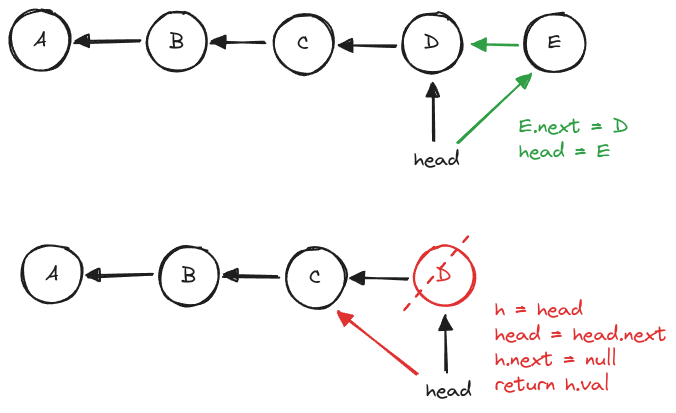
The Excalidraw diagram docs/sort/images/stack.excalidraw.png in ThomasCode92/fem-algorithms, before a commit. Source tidied: one line per element, renumbered; positions are measured from the earlier drawing's top-left corner, leaving out a move shared by most shapes.
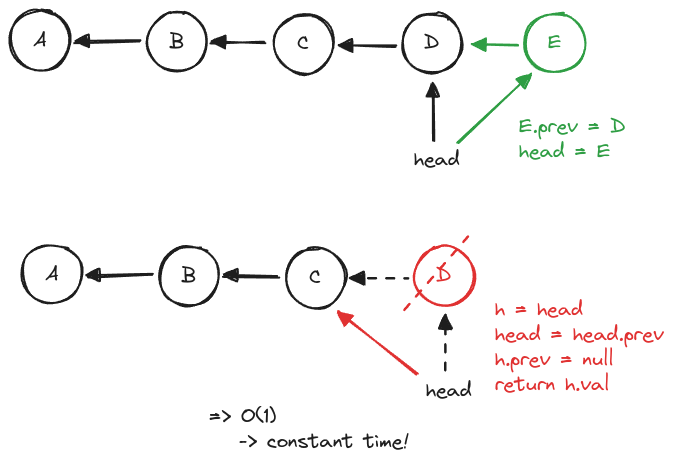
The same diagram one commit later.

Commit message:
Update Queue and Stack Schemas

Diff of the diagram source:
```diff
@@ -9,16 +9,16 @@
 {"id": 8, "type": "arrow", "strokeColor": "#1e1e1e", "strokeWidth": 2, "roughness": 1, "startArrowhead": "triangle", "round": true, "from": 0, "to": 2, "x": 65, "y": 32, "width": 65, "height": 1, "points": [[0, 0], [65, -1]]}
 {"id": 9, "type": "arrow", "strokeColor": "#1e1e1e", "strokeWidth": 2, "roughness": 1, "startArrowhead": "triangle", "round": true, "from": 2, "to": 4, "x": 201, "y": 32, "width": 55, "height": 0, "points": [[0, 0], [55, 0]]}
 {"id": 10, "type": "arrow", "strokeColor": "#1e1e1e", "strokeWidth": 2, "roughness": 1, "startArrowhead": "triangle", "round": true, "from": 4, "to": 6, "x": 329, "y": 34, "width": 57, "height": 1, "points": [[0, 0], [57, 1]]}
-{"id": 11, "type": "ellipse", "strokeColor": "#1e1e1e", "strokeWidth": 2, "roughness": 1, "round": true, "x": 515, "y": 3, "width": 60, "height": 60}
+{"id": 11, "type": "ellipse", "strokeColor": "#2f9e44", "strokeWidth": 2, "roughness": 1, "round": true, "x": 515, "y": 3, "width": 60, "height": 60}
-{"id": 12, "type": "text", "text": "E", "strokeColor": "#1e1e1e", "strokeWidth": 2, "roughness": 1, "fontSize": 20, "fontFamily": 1, "textAlign": "center", "verticalAlign": "middle", "inside": 11, "x": 538, "y": 20, "width": 13, "height": 25}
+{"id": 12, "type": "text", "text": "E", "strokeColor": "#2f9e44", "strokeWidth": 2, "roughness": 1, "fontSize": 20, "fontFamily": 1, "textAlign": "center", "verticalAlign": "middle", "inside": 11, "x": 538, "y": 20, "width": 13, "height": 25}
 {"id": 13, "type": "text", "text": "head", "strokeColor": "#1e1e1e", "strokeWidth": 2, "roughness": 1, "fontSize": 20, "fontFamily": 1, "x": 404, "y": 137, "width": 46, "height": 25}
 {"id": 14, "type": "text", "text": "head", "strokeColor": "#1e1e1e", "strokeWidth": 2, "roughness": 1, "fontSize": 20, "fontFamily": 1, "x": 416, "y": 368, "width": 46, "height": 25}
 {"id": 15, "type": "arrow", "strokeColor": "#1e1e1e", "strokeWidth": 2, "roughness": 1, "endArrowhead": "triangle", "round": true, "from": 13, "to": 6, "x": 424, "y": 130, "width": 1, "height": 56, "points": [[0, 0], [-1, -56]]}
-{"id": 16, "type": "arrow", "strokeColor": "#1e1e1e", "strokeWidth": 2, "roughness": 1, "endArrowhead": "triangle", "round": true, "from": 14, "to": 27, "x": 436, "y": 361, "width": 1, "height": 56, "points": [[0, 0], [-1, -56]]}
+{"id": 16, "type": "arrow", "strokeColor": "#1e1e1e", "strokeWidth": 2, "strokeStyle": "dashed", "roughness": 1, "endArrowhead": "triangle", "round": true, "from": 14, "to": 27, "x": 436, "y": 361, "width": 1, "height": 56, "points": [[0, 0], [-1, -56]]}
 {"id": 17, "type": "arrow", "strokeColor": "#2f9e44", "strokeWidth": 2, "roughness": 1, "startArrowhead": "triangle", "round": true, "from": 6, "to": 11, "x": 462, "y": 34, "width": 46, "height": 1, "points": [[0, 0], [46, 1]]}
 {"id": 18, "type": "arrow", "strokeColor": "#2f9e44", "strokeWidth": 2, "roughness": 1, "endArrowhead": "triangle", "round": true, "from": 13, "to": 11, "x": 448, "y": 132, "width": 72, "height": 68, "points": [[0, 0], [72, -68]]}
-{"id": 19, "type": "text", "text": "E.next = D\nhead = E", "strokeColor": "#2f9e44", "strokeWidth": 2, "roughness": 1, "fontSize": 20, "fontFamily": 1, "x": 509, "y": 104, "width": 110, "height": 50}
+{"id": 19, "type": "text", "text": "E.prev = D\nhead = E", "strokeColor": "#2f9e44", "strokeWidth": 2, "roughness": 1, "fontSize": 20, "fontFamily": 1, "x": 509, "y": 104, "width": 107, "height": 50}
-{"id": 20, "type": "text", "text": "h = head\nhead = head.next\nh.next = null\nreturn h.val", "strokeColor": "#e03131", "strokeWidth": 2, "roughness": 1, "fontSize": 20, "fontFamily": 1, "x": 485, "y": 287, "width": 172, "height": 100}
+{"id": 20, "type": "text", "text": "h = head\nhead = head.prev\nh.prev = null\nreturn h.val", "strokeColor": "#e03131", "strokeWidth": 2, "roughness": 1, "fontSize": 20, "fontFamily": 1, "x": 485, "y": 287, "width": 169, "height": 100}
 {"id": 21, "type": "ellipse", "strokeColor": "#1e1e1e", "strokeWidth": 2, "roughness": 1, "round": true, "x": 12, "y": 234, "width": 60, "height": 60}
 {"id": 22, "type": "text", "text": "A", "strokeColor": "#1e1e1e", "strokeWidth": 2, "roughness": 1, "fontSize": 20, "fontFamily": 1, "textAlign": "center", "verticalAlign": "middle", "inside": 21, "x": 35, "y": 251, "width": 13, "height": 25}
 {"id": 23, "type": "ellipse", "strokeColor": "#1e1e1e", "strokeWidth": 2, "roughness": 1, "round": true, "x": 149, "y": 236, "width": 60, "height": 60}
@@ -29,6 +29,7 @@
 {"id": 28, "type": "text", "text": "D", "strokeColor": "#e03131", "strokeWidth": 2, "roughness": 1, "fontSize": 20, "fontFamily": 1, "textAlign": "center", "verticalAlign": "middle", "inside": 27, "x": 426, "y": 253, "width": 16, "height": 25}
 {"id": 29, "type": "arrow", "strokeColor": "#1e1e1e", "strokeWidth": 2, "roughness": 1, "startArrowhead": "triangle", "round": true, "from": 21, "to": 23, "x": 77, "y": 266, "width": 65, "height": 1, "points": [[0, 0], [65, -1]]}
 {"id": 30, "type": "arrow", "strokeColor": "#1e1e1e", "strokeWidth": 2, "roughness": 1, "startArrowhead": "triangle", "round": true, "from": 23, "to": 25, "x": 213, "y": 266, "width": 55, "height": 0, "points": [[0, 0], [55, 0]]}
-{"id": 31, "type": "arrow", "strokeColor": "#1e1e1e", "strokeWidth": 2, "roughness": 1, "startArrowhead": "triangle", "round": true, "from": 25, "to": 27, "x": 341, "y": 268, "width": 57, "height": 1, "points": [[0, 0], [57, 1]]}
+{"id": 31, "type": "arrow", "strokeColor": "#1e1e1e", "strokeWidth": 2, "strokeStyle": "dashed", "roughness": 1, "startArrowhead": "triangle", "round": true, "from": 25, "to": 27, "x": 341, "y": 268, "width": 57, "height": 1, "points": [[0, 0], [57, 1]]}
 {"id": 32, "type": "line", "strokeColor": "#e03131", "strokeWidth": 2, "strokeStyle": "dashed", "roughness": 1, "round": true, "x": 394, "y": 300, "width": 63, "height": 74, "points": [[0, 0], [63, -74]]}
 {"id": 33, "type": "arrow", "strokeColor": "#e03131", "strokeWidth": 2, "roughness": 1, "endArrowhead": "triangle", "round": true, "from": 14, "to": 25, "x": 407, "y": 364, "width": 80, "height": 63, "points": [[0, 0], [-80, -63]]}
+{"id": 34, "type": "text", "text": "=> O(1)\n   -> constant time!", "strokeColor": "#1e1e1e", "strokeWidth": 2, "roughness": 1, "fontSize": 20, "fontFamily": 1, "x": 199, "y": 394, "width": 200, "height": 50}
```
